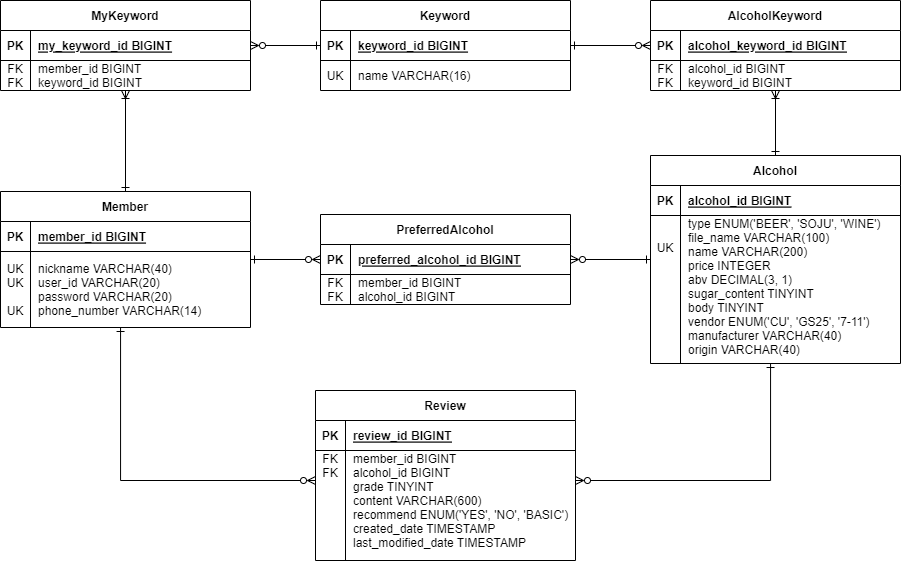
Above: pyeonsool-table.png in great-sprout/PyeonSool (draw.io), before the change. Source tidied: cells renumbered, new cells last; positions are measured from the earlier drawing's top-left corner, leaving out a move shared by most shapes.
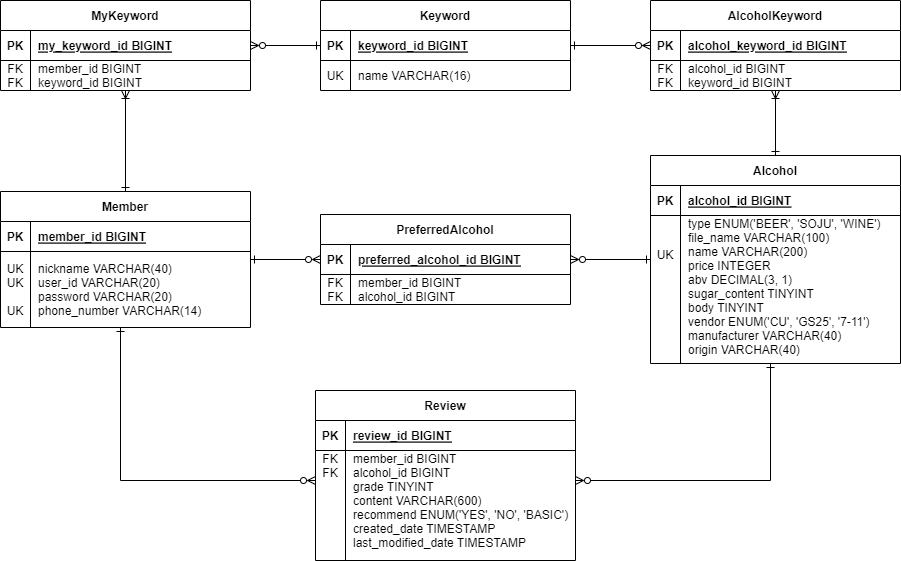
After the change.

Commit message:
docs: Alcohol 테이블 글자 위치 조정

Change to the diagram source:
```diff
@@ -24,7 +24,7 @@
     <mxCell id="7" style="shape=partialRectangle;fillColor=none;top=0;left=0;right=0;bottom=0;" parent="3" vertex="1">
       <mxGeometry y="60" width="250" height="148" as="geometry" />
     </mxCell>
-    <mxCell id="8" value="&#10;UK&#10;&#10;&#10;&#10;&#10;&#10;&#10;" style="shape=partialRectangle;overflow=hidden;fillColor=none;top=0;left=0;bottom=0;right=0;" parent="7" vertex="1">
+    <mxCell id="8" value="&#10;&#10;UK&#10;&#10;&#10;&#10;&#10;&#10;&#10;" style="shape=partialRectangle;overflow=hidden;fillColor=none;top=0;left=0;bottom=0;right=0;" parent="7" vertex="1">
       <mxGeometry width="30" height="148" as="geometry" />
     </mxCell>
     <mxCell id="9" value="type ENUM('BEER', 'SOJU', 'WINE')&#10;file_name VARCHAR(100)&#10;name VARCHAR(200)&#10;price INTEGER&#10;abv DECIMAL(3, 1)&#10;sugar_content TINYINT &#10;body TINYINT&#10;vendor ENUM('CU', 'GS25', '7-11')&#10;manufacturer VARCHAR(40)&#10;origin VARCHAR(40)&#10; " style="shape=partialRectangle;overflow=hidden;fillColor=none;top=0;left=0;bottom=0;right=0;align=left;spacingLeft=6;" parent="7" vertex="1">
```
